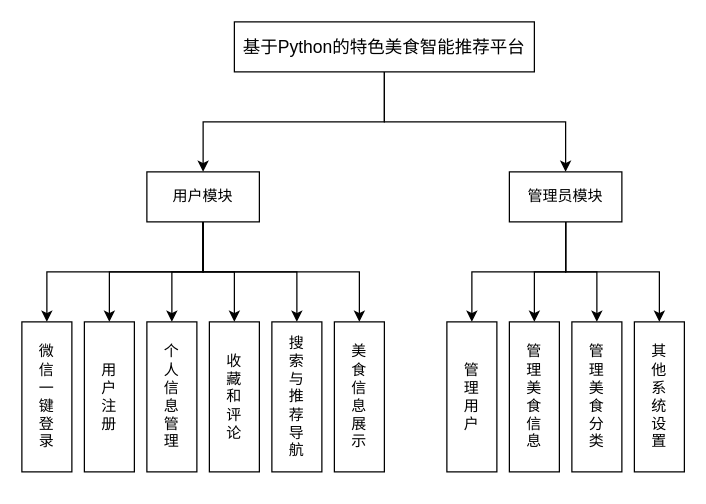
This is food_struct.drawio from asharca/drawio, a draw.io file, before an edit. Source tidied: cells renumbered, new cells numbered last; positions are measured from the earlier drawing's top-left corner, leaving out a move shared by most shapes. Both pictures are drawn from the tidied source at 125%, with x=0, y=0 at pixel (21, 21).
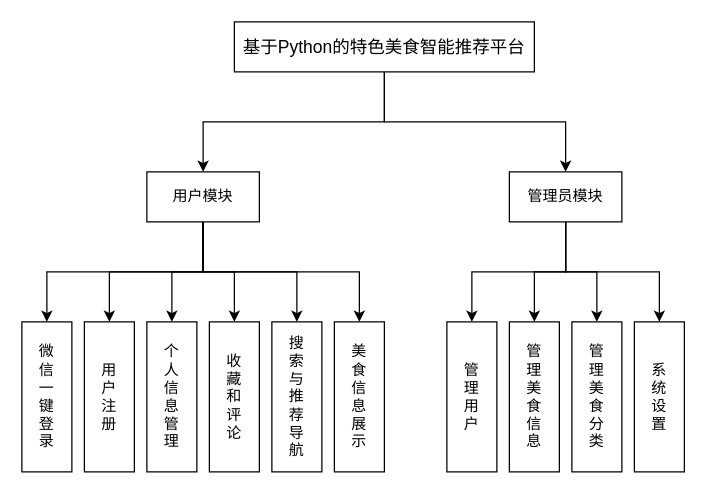
After the change.

Change to the diagram source:
```diff
@@
-    <mxCell id="23" value="其&lt;div&gt;他&lt;/div&gt;&lt;div&gt;系&lt;/div&gt;&lt;div&gt;统&lt;/div&gt;&lt;div&gt;设&lt;/div&gt;&lt;div&gt;置&lt;/div&gt;" style="whiteSpace=wrap;html=1;rounded=0;" parent="1" vertex="1">
+    <mxCell id="23" value="&lt;span style=&quot;background-color: transparent; color: light-dark(rgb(0, 0, 0), rgb(255, 255, 255));&quot;&gt;系&lt;/span&gt;&lt;div&gt;统&lt;/div&gt;&lt;div&gt;设&lt;/div&gt;&lt;div&gt;置&lt;/div&gt;" style="whiteSpace=wrap;html=1;rounded=0;" parent="1" vertex="1">
       <mxGeometry x="490" y="240" width="40" height="120" as="geometry" />
     </mxCell>
```
